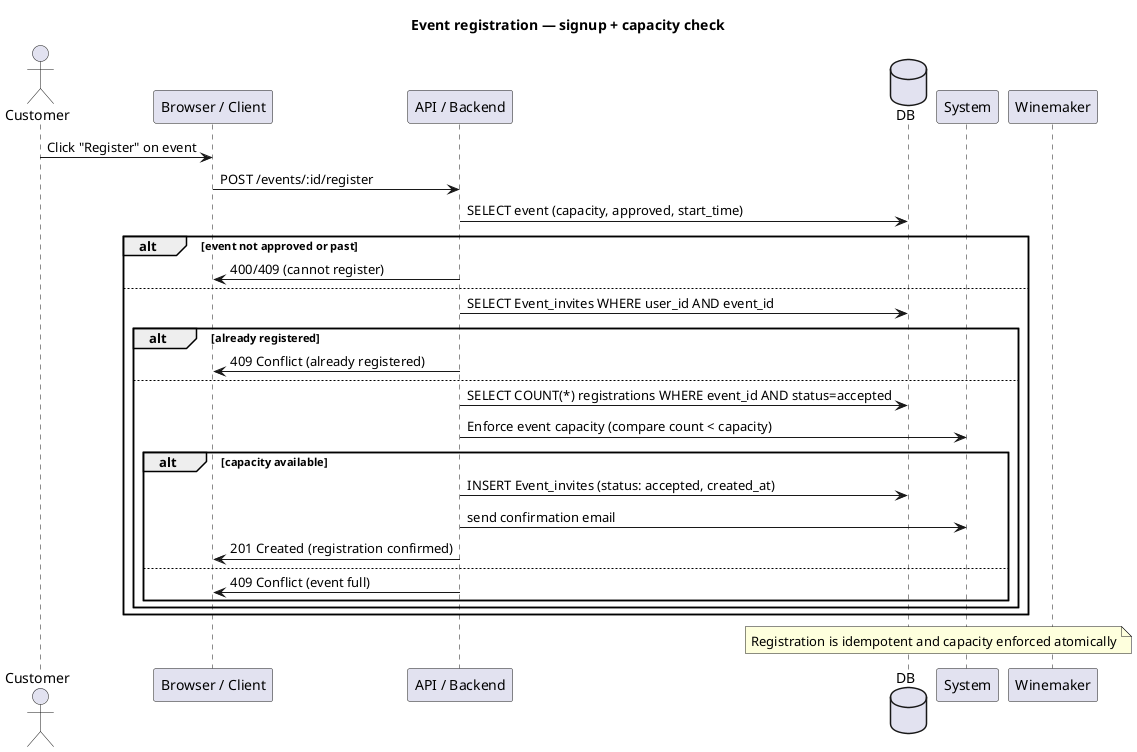
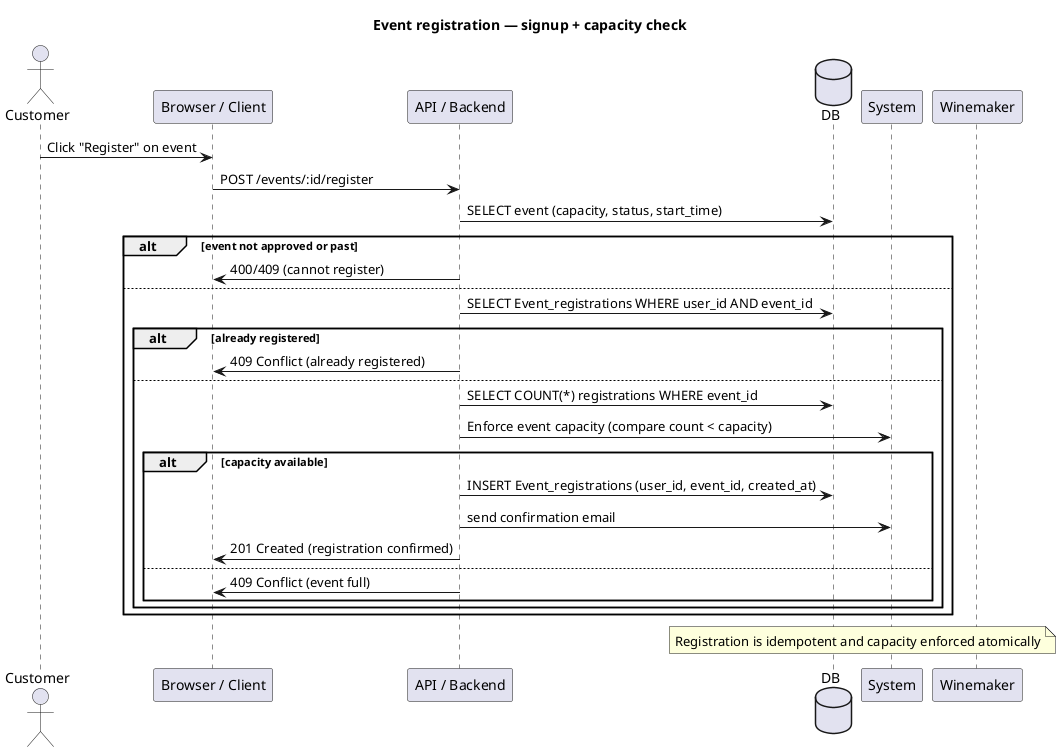
@startuml seq_event_registration.puml
title Event registration — signup + capacity check

actor Customer
participant "Browser / Client" as Client
participant "API / Backend" as API
database "DB" as DB
participant System
participant Winemaker

Customer -> Client: Click "Register" on event
Client -> API: POST /events/:id/register
- API -> DB: SELECT event (capacity, approved, start_time)
+ API -> DB: SELECT event (capacity, status, start_time)
alt event not approved or past
  API -> Client: 400/409 (cannot register)
else
-   API -> DB: SELECT Event_invites WHERE user_id AND event_id
+   API -> DB: SELECT Event_registrations WHERE user_id AND event_id
  alt already registered
    API -> Client: 409 Conflict (already registered)
  else
-     API -> DB: SELECT COUNT(*) registrations WHERE event_id AND status=accepted
+     API -> DB: SELECT COUNT(*) registrations WHERE event_id
    API -> System: Enforce event capacity (compare count < capacity)
    alt capacity available
-       API -> DB: INSERT Event_invites (status: accepted, created_at)
+       API -> DB: INSERT Event_registrations (user_id, event_id, created_at)
      API -> System: send confirmation email
      API -> Client: 201 Created (registration confirmed)
    else
      API -> Client: 409 Conflict (event full)
    end
  end
end

note over DB,System: Registration is idempotent and capacity enforced atomically

@enduml
